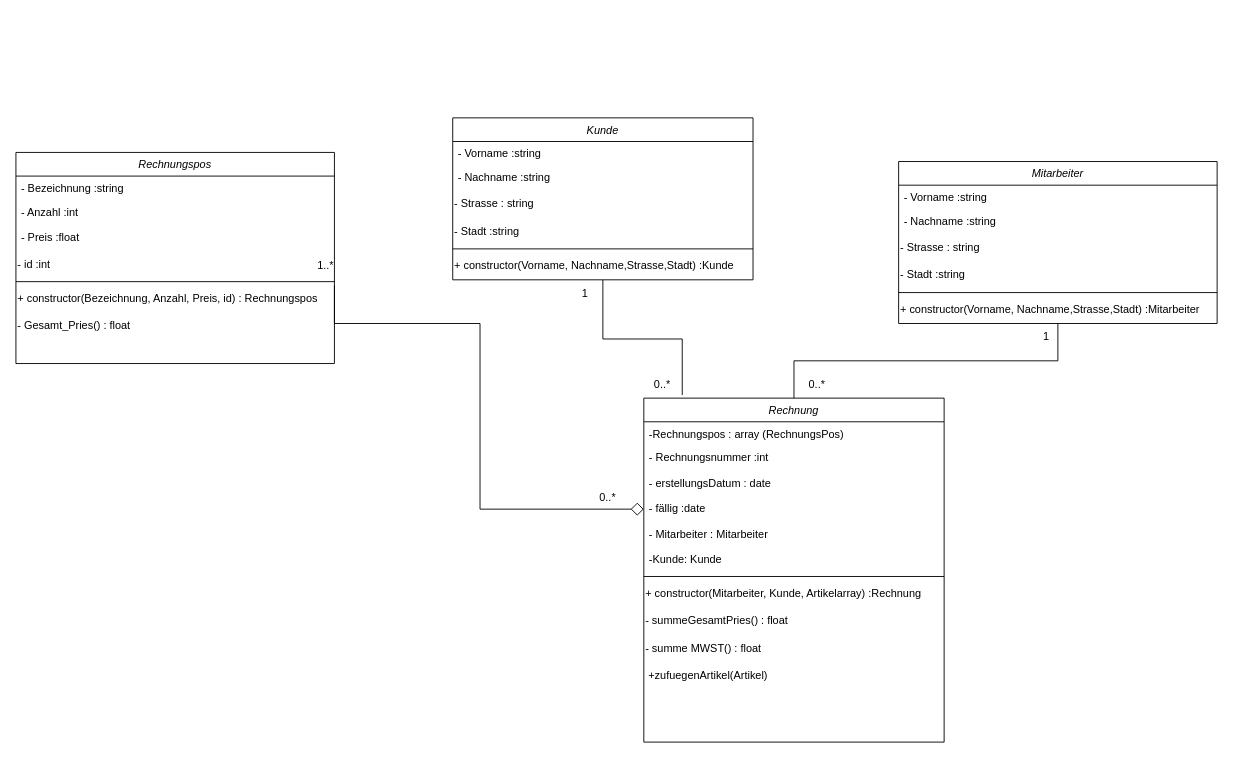
This is Classen diagram ihk.drawio from manuelbbq/draw.io, a draw.io file, before an edit. Source tidied: cells renumbered, new cells numbered last; positions are measured from the earlier drawing's top-left corner, leaving out a move shared by most shapes. Both pictures are drawn from the tidied source at 91%, with x=0, y=0 at pixel (15, 117).
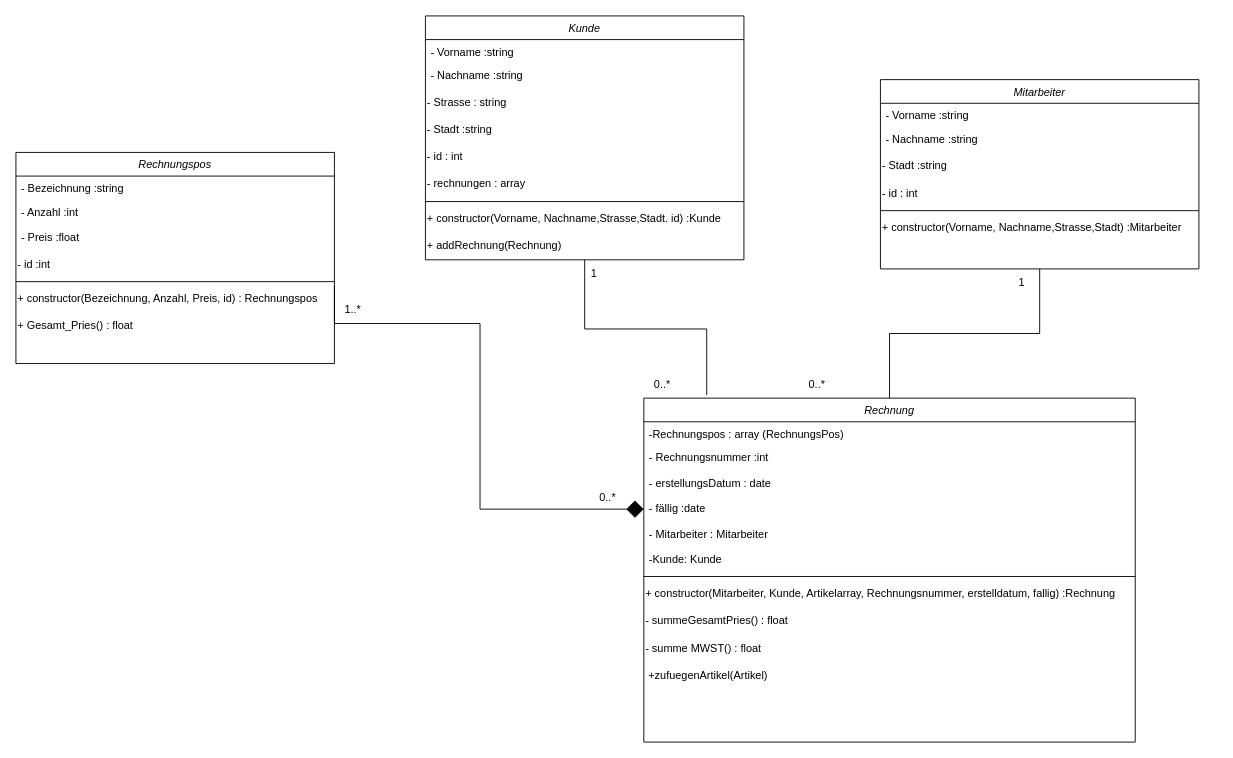
The same diagram, later.

The change refers to these unchanged cells:
```xml
<mxCell id="17" value="Rechnungspos" style="swimlane;fontStyle=2;align=center;verticalAlign=top;horizontal=1;startSize=26;rounded=0;shadow=0;strokeWidth=1;" parent="1" vertex="1">
  <mxGeometry y="38" width="350" height="232" as="geometry" />
</mxCell>
<mxCell id="22" style="line;html=1;strokeWidth=1;align=left;verticalAlign=middle;spacingTop=-1;spacingLeft=3;spacingRight=3;labelPosition=right;points=[];portConstraint=eastwest;" parent="17" vertex="1">
  <mxGeometry y="138" width="350" height="8" as="geometry" />
</mxCell>
```

Diff of the diagram source:
```diff
@@
     <mxCell id="3" value="Kunde" style="swimlane;fontStyle=2;align=center;verticalAlign=top;horizontal=1;startSize=26;rounded=0;shadow=0;strokeWidth=1;" parent="1" vertex="1">
-      <mxGeometry x="480" width="330" height="178" as="geometry" />
+      <mxGeometry x="450" y="-112" width="350" height="268" as="geometry" />
     </mxCell>
     <mxCell id="4" value="- Vorname :string" style="text;align=left;verticalAlign=top;spacingLeft=4;spacingRight=4;overflow=hidden;" parent="3" vertex="1">
-      <mxGeometry y="26" width="330" height="26" as="geometry" />
+      <mxGeometry y="26" width="350" height="26" as="geometry" />
     </mxCell>
     <mxCell id="5" value="- Nachname :string&#10;" style="text;align=left;verticalAlign=top;spacingLeft=4;spacingRight=4;overflow=hidden;rounded=0;shadow=0;html=0;" parent="3" vertex="1">
-      <mxGeometry y="52" width="330" height="28" as="geometry" />
+      <mxGeometry y="52" width="350" height="28" as="geometry" />
     </mxCell>
     <mxCell id="6" value="- Strasse : string" style="text;html=1;align=left;verticalAlign=middle;fillColor=none;strokeColor=none;rounded=0;" parent="3" vertex="1">
-      <mxGeometry y="80" width="330" height="30" as="geometry" />
+      <mxGeometry y="80" width="350" height="30" as="geometry" />
     </mxCell>
     <mxCell id="7" value="- Stadt :string" style="text;html=1;align=left;verticalAlign=middle;fillColor=none;strokeColor=none;rounded=0;" parent="3" vertex="1">
-      <mxGeometry y="110" width="330" height="30" as="geometry" />
+      <mxGeometry y="110" width="350" height="30" as="geometry" />
     </mxCell>
+    <mxCell id="46" value="- id : int" style="text;html=1;align=left;verticalAlign=middle;fillColor=none;strokeColor=none;rounded=0;" parent="3" vertex="1">
+      <mxGeometry y="140" width="350" height="30" as="geometry" />
+    </mxCell>
+    <mxCell id="47" value="- rechnungen : array" style="text;html=1;align=left;verticalAlign=middle;fillColor=none;strokeColor=none;rounded=0;" parent="3" vertex="1">
+      <mxGeometry y="170" width="350" height="30" as="geometry" />
+    </mxCell>
     <mxCell id="8" style="line;html=1;strokeWidth=1;align=left;verticalAlign=middle;spacingTop=-1;spacingLeft=3;spacingRight=3;labelPosition=right;" parent="3" vertex="1">
-      <mxGeometry y="140" width="330" height="8" as="geometry" />
+      <mxGeometry y="200" width="350" height="8" as="geometry" />
     </mxCell>
-    <mxCell id="9" value="+ constructor(Vorname, Nachname,Strasse,Stadt) :Kunde" style="text;html=1;align=left;verticalAlign=middle;fillColor=none;strokeColor=none;rounded=0;" parent="3" vertex="1">
-      <mxGeometry y="148" width="330" height="30" as="geometry" />
+    <mxCell id="9" value="+ constructor(Vorname, Nachname,Strasse,Stadt. id) :Kunde" style="text;html=1;align=left;verticalAlign=middle;fillColor=none;strokeColor=none;rounded=0;" parent="3" vertex="1">
+      <mxGeometry y="208" width="350" height="30" as="geometry" />
     </mxCell>
+    <mxCell id="48" value="+ addRechnung(Rechnung)" style="text;html=1;align=left;verticalAlign=middle;fillColor=none;strokeColor=none;rounded=0;" parent="3" vertex="1">
+      <mxGeometry y="238" width="350" height="30" as="geometry" />
+    </mxCell>
     <mxCell id="10" value="Mitarbeiter" style="swimlane;fontStyle=2;align=center;verticalAlign=top;horizontal=1;startSize=26;rounded=0;shadow=0;strokeWidth=1;" parent="1" vertex="1">
-      <mxGeometry x="970" y="48" width="350" height="178" as="geometry" />
+      <mxGeometry x="950" y="-42" width="350" height="208" as="geometry" />
     </mxCell>
@@
+    <mxCell id="14" value="- Stadt :string" style="text;html=1;align=left;verticalAlign=middle;fillColor=none;strokeColor=none;rounded=0;" parent="10" vertex="1">
+      <mxGeometry y="80" width="350" height="30" as="geometry" />
+    </mxCell>
-    <mxCell id="13" value="- Strasse : string" style="text;html=1;align=left;verticalAlign=middle;fillColor=none;strokeColor=none;rounded=0;" parent="10" vertex="1">
-      <mxGeometry y="80" width="350" height="30" as="geometry" />
+    <mxCell id="13" value="- id : int" style="text;html=1;align=left;verticalAlign=middle;fillColor=none;strokeColor=none;rounded=0;" parent="10" vertex="1">
+      <mxGeometry y="110" width="350" height="30" as="geometry" />
     </mxCell>
-    <mxCell id="14" value="- Stadt :string" style="text;html=1;align=left;verticalAlign=middle;fillColor=none;strokeColor=none;rounded=0;" parent="10" vertex="1">
-      <mxGeometry y="110" width="350" height="30" as="geometry" />
-    </mxCell>
@@
-    <mxCell id="24" value="- Gesamt_Pries() : float" style="text;html=1;align=left;verticalAlign=middle;fillColor=none;strokeColor=none;rounded=0;" parent="17" vertex="1">
+    <mxCell id="24" value="+ Gesamt_Pries() : float" style="text;html=1;align=left;verticalAlign=middle;fillColor=none;strokeColor=none;rounded=0;" parent="17" vertex="1">
       <mxGeometry y="176" width="350" height="30" as="geometry" />
     </mxCell>
@@
     <mxCell id="26" value="Rechnung" style="swimlane;fontStyle=2;align=center;verticalAlign=top;horizontal=1;startSize=26;rounded=0;shadow=0;strokeWidth=1;" parent="1" vertex="1">
-      <mxGeometry x="690" y="308" width="330" height="378" as="geometry" />
+      <mxGeometry x="690" y="308" width="540" height="378" as="geometry" />
     </mxCell>
     <mxCell id="27" value="-Rechnungspos : array (RechnungsPos)" style="text;align=left;verticalAlign=top;spacingLeft=4;spacingRight=4;overflow=hidden;" parent="26" vertex="1">
-      <mxGeometry y="26" width="330" height="26" as="geometry" />
+      <mxGeometry y="26" width="540" height="26" as="geometry" />
     </mxCell>
     <mxCell id="28" value="- Rechnungsnummer :int" style="text;align=left;verticalAlign=top;spacingLeft=4;spacingRight=4;overflow=hidden;rounded=0;shadow=0;html=0;" parent="26" vertex="1">
-      <mxGeometry y="52" width="330" height="28" as="geometry" />
+      <mxGeometry y="52" width="540" height="28" as="geometry" />
     </mxCell>
     <mxCell id="29" value="- erstellungsDatum : date" style="text;align=left;verticalAlign=top;spacingLeft=4;spacingRight=4;overflow=hidden;rounded=0;shadow=0;html=0;" parent="26" vertex="1">
-      <mxGeometry y="80" width="330" height="28" as="geometry" />
+      <mxGeometry y="80" width="540" height="28" as="geometry" />
     </mxCell>
     <mxCell id="30" value="- fällig :date" style="text;align=left;verticalAlign=top;spacingLeft=4;spacingRight=4;overflow=hidden;points=[[0,0.5],[1,0.5]];portConstraint=eastwest;rounded=0;shadow=0;html=0;" parent="26" vertex="1">
-      <mxGeometry y="108" width="330" height="28" as="geometry" />
+      <mxGeometry y="108" width="540" height="28" as="geometry" />
     </mxCell>
     <mxCell id="31" value="- Mitarbeiter : Mitarbeiter" style="text;align=left;verticalAlign=top;spacingLeft=4;spacingRight=4;overflow=hidden;rounded=0;shadow=0;html=0;" parent="26" vertex="1">
-      <mxGeometry y="136" width="330" height="28" as="geometry" />
+      <mxGeometry y="136" width="540" height="28" as="geometry" />
     </mxCell>
     <mxCell id="32" value="-Kunde: Kunde" style="text;align=left;verticalAlign=top;spacingLeft=4;spacingRight=4;overflow=hidden;rounded=0;shadow=0;html=0;" parent="26" vertex="1">
-      <mxGeometry y="164" width="330" height="28" as="geometry" />
+      <mxGeometry y="164" width="540" height="28" as="geometry" />
     </mxCell>
     <mxCell id="33" style="line;html=1;strokeWidth=1;align=left;verticalAlign=middle;spacingTop=-1;spacingLeft=3;spacingRight=3;labelPosition=right;" parent="26" vertex="1">
-      <mxGeometry y="192" width="330" height="8" as="geometry" />
+      <mxGeometry y="192" width="540" height="8" as="geometry" />
     </mxCell>
-    <mxCell id="34" value="+ constructor(Mitarbeiter, Kunde, Artikelarray) :Rechnung" style="text;html=1;align=left;verticalAlign=middle;fillColor=none;strokeColor=none;rounded=0;" parent="26" vertex="1">
-      <mxGeometry y="200" width="330" height="30" as="geometry" />
+    <mxCell id="34" value="+ constructor(Mitarbeiter, Kunde, Artikelarray, Rechnungsnummer, erstelldatum, fallig) :Rechnung" style="text;html=1;align=left;verticalAlign=middle;fillColor=none;strokeColor=none;rounded=0;" parent="26" vertex="1">
+      <mxGeometry y="200" width="540" height="30" as="geometry" />
     </mxCell>
     <mxCell id="35" value="- summeGesamtPries() : float" style="text;html=1;align=left;verticalAlign=middle;fillColor=none;strokeColor=none;rounded=0;" parent="26" vertex="1">
-      <mxGeometry y="230" width="330" height="30" as="geometry" />
+      <mxGeometry y="230" width="540" height="30" as="geometry" />
     </mxCell>
     <mxCell id="36" value="- summe MWST() : float" style="text;html=1;align=left;verticalAlign=middle;fillColor=none;strokeColor=none;rounded=0;" parent="26" vertex="1">
-      <mxGeometry y="260" width="330" height="30" as="geometry" />
+      <mxGeometry y="260" width="540" height="30" as="geometry" />
     </mxCell>
     <mxCell id="37" value="&amp;nbsp;+zufuegenArtikel(Artikel)" style="text;html=1;align=left;verticalAlign=middle;fillColor=none;strokeColor=none;rounded=0;" parent="26" vertex="1">
-      <mxGeometry y="290" width="330" height="30" as="geometry" />
+      <mxGeometry y="290" width="540" height="30" as="geometry" />
     </mxCell>
     <mxCell id="38" style="text;html=1;align=left;verticalAlign=middle;fillColor=none;strokeColor=none;rounded=0;" parent="26" vertex="1">
-      <mxGeometry y="320" width="330" height="30" as="geometry" />
+      <mxGeometry y="320" width="540" height="30" as="geometry" />
     </mxCell>
-    <mxCell id="39" style="edgeStyle=orthogonalEdgeStyle;rounded=0;jettySize=auto;html=1;startArrow=none;startFill=0;endArrow=diamond;endFill=0;startSize=12;endSize=12;" parent="1" edge="1" source="22" target="30">
+    <mxCell id="39" style="edgeStyle=orthogonalEdgeStyle;rounded=0;jettySize=auto;html=1;startArrow=none;startFill=0;endArrow=diamond;endFill=1;startSize=15;endSize=17;" parent="1" edge="1" source="22" target="30">
       <mxGeometry relative="1" as="geometry">
         <Array as="points">
-          <mxPoint x="350" y="180" />
           <mxPoint x="350" y="226" />
           <mxPoint x="510" y="226" />
           <mxPoint x="510" y="430" />
         </Array>
       </mxGeometry>
     </mxCell>
@@
     <mxCell id="41" value="1" style="text;html=1;align=center;verticalAlign=middle;fillColor=none;strokeColor=none;rounded=0;" parent="1" vertex="1">
-      <mxGeometry x="610" y="178" width="30" height="30" as="geometry" />
+      <mxGeometry x="620" y="156" width="30" height="30" as="geometry" />
     </mxCell>
@@
     <mxCell id="43" value="1" style="text;html=1;align=center;verticalAlign=middle;fillColor=none;strokeColor=none;rounded=0;" parent="1" vertex="1">
-      <mxGeometry x="1117" y="226" width="30" height="30" as="geometry" />
+      <mxGeometry x="1090" y="166" width="30" height="30" as="geometry" />
     </mxCell>
@@
     <mxCell id="45" value="1..*" style="text;html=1;align=center;verticalAlign=middle;fillColor=none;strokeColor=none;rounded=0;" parent="1" vertex="1">
-      <mxGeometry x="320" y="148" width="40" height="30" as="geometry" />
+      <mxGeometry x="350" y="196" width="40" height="30" as="geometry" />
     </mxCell>
```
